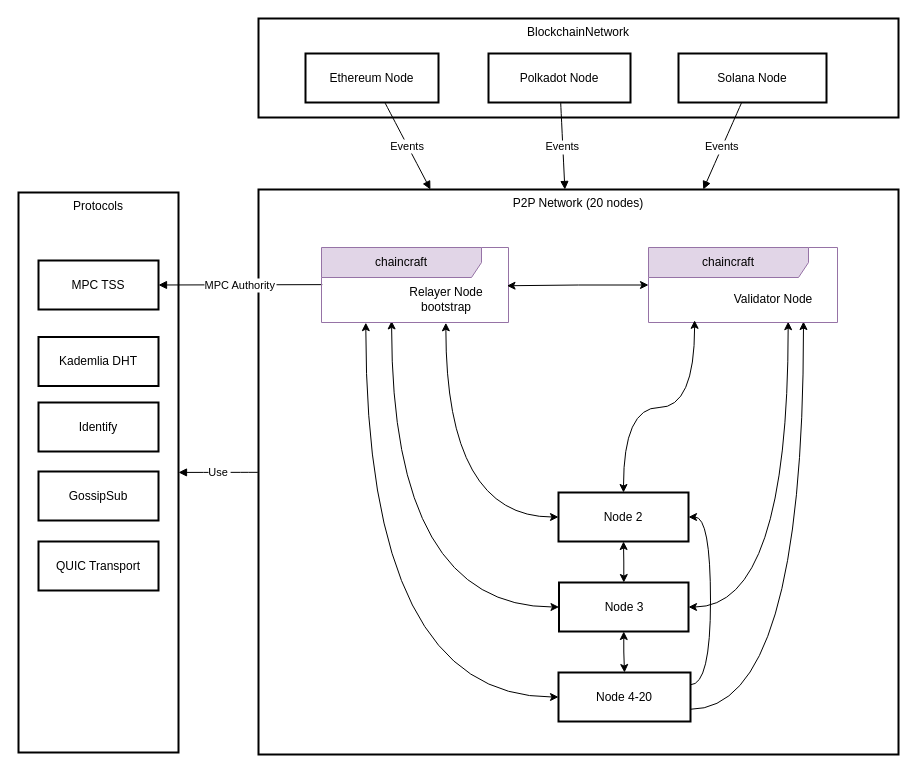
Above: page "archi" (1 of 5) of drawio/bridge_global_architecture.drawio in chaincraft-labs/bridge-doc (draw.io), before the change. Source tidied: cells renumbered, new cells numbered last; positions are measured from the earlier drawing's top-left corner, leaving out a move shared by most shapes. Both pictures are drawn from the tidied source at 100%, with x=0, y=0 at pixel (18, 18).
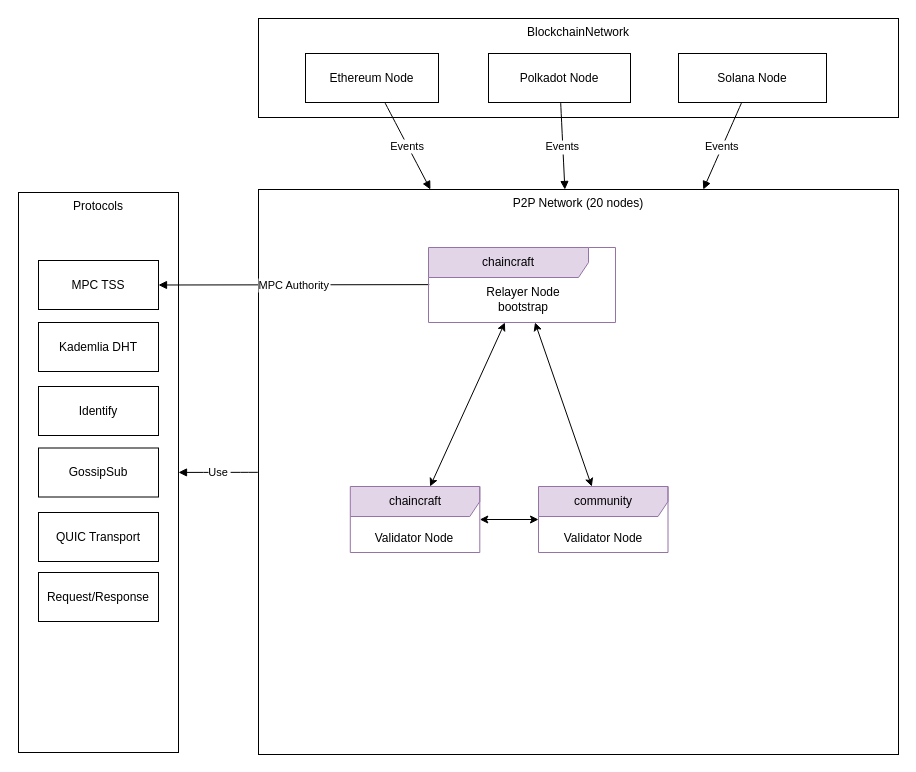
After the change.

Diff of the diagram source:
```diff
@@
-    <mxCell id="2" value="P2P Network (20 nodes)" style="whiteSpace=wrap;strokeWidth=2;verticalAlign=top;" parent="1" vertex="1">
+    <mxCell id="2" value="P2P Network (20 nodes)" style="whiteSpace=wrap;strokeWidth=1;verticalAlign=top;" parent="1" vertex="1">
       <mxGeometry x="240" y="171" width="640" height="565" as="geometry" />
     </mxCell>
-    <mxCell id="3" value="Protocols" style="whiteSpace=wrap;strokeWidth=2;verticalAlign=top;" parent="1" vertex="1">
+    <mxCell id="3" value="Protocols" style="whiteSpace=wrap;strokeWidth=1;verticalAlign=top;" parent="1" vertex="1">
       <mxGeometry y="174" width="160" height="560" as="geometry" />
     </mxCell>
-    <mxCell id="4" value="BlockchainNetwork" style="whiteSpace=wrap;strokeWidth=2;verticalAlign=top;" parent="1" vertex="1">
+    <mxCell id="4" value="BlockchainNetwork" style="whiteSpace=wrap;strokeWidth=1;verticalAlign=top;" parent="1" vertex="1">
       <mxGeometry x="240" width="640" height="99" as="geometry" />
     </mxCell>
-    <mxCell id="5" value="Ethereum Node" style="whiteSpace=wrap;strokeWidth=2;" parent="1" vertex="1">
+    <mxCell id="5" value="Ethereum Node" style="whiteSpace=wrap;strokeWidth=1;" parent="1" vertex="1">
       <mxGeometry x="287" y="35" width="133" height="49" as="geometry" />
     </mxCell>
-    <mxCell id="6" value="Polkadot Node" style="whiteSpace=wrap;strokeWidth=2;" parent="1" vertex="1">
+    <mxCell id="6" value="Polkadot Node" style="whiteSpace=wrap;strokeWidth=1;" parent="1" vertex="1">
       <mxGeometry x="470" y="35" width="142" height="49" as="geometry" />
     </mxCell>
-    <mxCell id="7" value="Solana Node" style="whiteSpace=wrap;strokeWidth=2;" parent="1" vertex="1">
+    <mxCell id="7" value="Solana Node" style="whiteSpace=wrap;strokeWidth=1;" parent="1" vertex="1">
       <mxGeometry x="660" y="35" width="148" height="49" as="geometry" />
     </mxCell>
-    <mxCell id="8" style="edgeStyle=orthogonalEdgeStyle;rounded=0;jettySize=auto;html=1;entryX=0.665;entryY=1.004;entryDx=0;entryDy=0;startArrow=classic;startFill=1;entryPerimeter=0;curved=1;" parent="1" edge="1" source="9" target="28">
-      <mxGeometry relative="1" as="geometry" />
-    </mxCell>
-    <mxCell id="9" value="Node 2" style="whiteSpace=wrap;strokeWidth=2;" parent="1" vertex="1">
-      <mxGeometry x="540" y="474" width="130" height="49" as="geometry" />
-    </mxCell>
-    <mxCell id="10" style="edgeStyle=orthogonalEdgeStyle;rounded=0;jettySize=auto;html=1;exitX=1;exitY=0.5;exitDx=0;exitDy=0;entryX=0.739;entryY=0.989;entryDx=0;entryDy=0;startArrow=classic;startFill=1;entryPerimeter=0;curved=1;" parent="1" edge="1" source="14" target="30">
-      <mxGeometry relative="1" as="geometry" />
-    </mxCell>
-    <mxCell id="11" style="edgeStyle=orthogonalEdgeStyle;rounded=0;jettySize=auto;html=1;entryX=0.375;entryY=0.979;entryDx=0;entryDy=0;startArrow=classic;startFill=1;entryPerimeter=0;curved=1;" parent="1" edge="1" source="14" target="28">
-      <mxGeometry relative="1" as="geometry" />
-    </mxCell>
-    <mxCell id="12" style="edgeStyle=orthogonalEdgeStyle;rounded=0;jettySize=auto;html=1;entryX=0.5;entryY=0;entryDx=0;entryDy=0;exitX=0.5;exitY=1;exitDx=0;exitDy=0;startArrow=classic;startFill=1;" parent="1" edge="1" source="14" target="16">
-      <mxGeometry relative="1" as="geometry" />
-    </mxCell>
-    <mxCell id="13" style="edgeStyle=orthogonalEdgeStyle;rounded=0;jettySize=auto;html=1;entryX=0.5;entryY=1;entryDx=0;entryDy=0;startArrow=classic;startFill=1;" parent="1" edge="1" source="14" target="9">
-      <mxGeometry relative="1" as="geometry" />
-    </mxCell>
-    <mxCell id="14" value="Node 3" style="whiteSpace=wrap;strokeWidth=2;" parent="1" vertex="1">
-      <mxGeometry x="540.5" y="564" width="129.5" height="49" as="geometry" />
-    </mxCell>
-    <mxCell id="15" style="edgeStyle=orthogonalEdgeStyle;rounded=0;jettySize=auto;html=1;entryX=1;entryY=0.5;entryDx=0;entryDy=0;exitX=1;exitY=0.25;exitDx=0;exitDy=0;curved=1;" parent="1" edge="1" source="16" target="9">
-      <mxGeometry relative="1" as="geometry" />
-    </mxCell>
-    <mxCell id="16" value="Node 4-20" style="whiteSpace=wrap;strokeWidth=2;" parent="1" vertex="1">
-      <mxGeometry x="540" y="654" width="132" height="49" as="geometry" />
-    </mxCell>
-    <mxCell id="17" value="Kademlia DHT" style="whiteSpace=wrap;strokeWidth=2;" parent="1" vertex="1">
-      <mxGeometry x="20" y="318.5" width="120" height="49" as="geometry" />
+    <mxCell id="17" value="Kademlia DHT" style="whiteSpace=wrap;strokeWidth=1;" parent="1" vertex="1">
+      <mxGeometry x="20" y="304" width="120" height="49" as="geometry" />
     </mxCell>
-    <mxCell id="18" value="QUIC Transport" style="whiteSpace=wrap;strokeWidth=2;" parent="1" vertex="1">
-      <mxGeometry x="20" y="523" width="120" height="49" as="geometry" />
+    <mxCell id="18" value="QUIC Transport" style="whiteSpace=wrap;strokeWidth=1;" parent="1" vertex="1">
+      <mxGeometry x="20" y="494" width="120" height="49" as="geometry" />
     </mxCell>
-    <mxCell id="19" value="GossipSub" style="whiteSpace=wrap;strokeWidth=2;" parent="1" vertex="1">
-      <mxGeometry x="20" y="453" width="120" height="49" as="geometry" />
+    <mxCell id="19" value="GossipSub" style="whiteSpace=wrap;strokeWidth=1;" parent="1" vertex="1">
+      <mxGeometry x="20" y="429.5" width="120" height="49" as="geometry" />
     </mxCell>
-    <mxCell id="20" value="Identify" style="whiteSpace=wrap;strokeWidth=2;" parent="1" vertex="1">
-      <mxGeometry x="20" y="384" width="120" height="49" as="geometry" />
+    <mxCell id="20" value="Identify" style="whiteSpace=wrap;strokeWidth=1;" parent="1" vertex="1">
+      <mxGeometry x="20" y="368" width="120" height="49" as="geometry" />
     </mxCell>
-    <mxCell id="21" value="MPC TSS" style="whiteSpace=wrap;strokeWidth=2;" parent="1" vertex="1">
+    <mxCell id="21" value="MPC TSS" style="whiteSpace=wrap;strokeWidth=1;" parent="1" vertex="1">
       <mxGeometry x="20" y="242" width="120" height="49" as="geometry" />
     </mxCell>
-    <mxCell id="22" value="MPC Authority" style="startArrow=none;endArrow=block;entryX=1;entryY=0.5;rounded=0;exitX=0.004;exitY=0.495;exitDx=0;exitDy=0;exitPerimeter=0;entryDx=0;entryDy=0;" parent="1" edge="1" source="28" target="21">
+    <mxCell id="22" value="MPC Authority" style="startArrow=none;endArrow=block;entryX=1;entryY=0.5;rounded=0;exitX=0.004;exitY=0.495;exitDx=0;exitDy=0;exitPerimeter=0;entryDx=0;entryDy=0;strokeWidth=1;" parent="1" edge="1" source="28" target="21">
       <mxGeometry relative="1" as="geometry" />
     </mxCell>
-    <mxCell id="23" value="Events" style="curved=1;startArrow=none;endArrow=block;rounded=0;" parent="1" edge="1" source="5" target="2">
+    <mxCell id="23" value="Events" style="curved=1;startArrow=none;endArrow=block;rounded=0;strokeWidth=1;" parent="1" edge="1" source="5" target="2">
       <mxGeometry relative="1" as="geometry" />
     </mxCell>
-    <mxCell id="24" value="Events" style="curved=1;startArrow=none;endArrow=block;rounded=0;" parent="1" edge="1" source="6" target="2">
+    <mxCell id="24" value="Events" style="curved=1;startArrow=none;endArrow=block;rounded=0;strokeWidth=1;" parent="1" edge="1" source="6" target="2">
       <mxGeometry relative="1" as="geometry" />
     </mxCell>
-    <mxCell id="25" value="Events" style="curved=1;startArrow=none;endArrow=block;rounded=0;" parent="1" edge="1" source="7" target="2">
+    <mxCell id="25" value="Events" style="curved=1;startArrow=none;endArrow=block;rounded=0;strokeWidth=1;" parent="1" edge="1" source="7" target="2">
       <mxGeometry relative="1" as="geometry" />
     </mxCell>
-    <mxCell id="26" value="Use" style="curved=1;startArrow=none;endArrow=block;rounded=0;" parent="1" edge="1" source="2" target="3">
+    <mxCell id="26" value="Use" style="curved=1;startArrow=none;endArrow=block;rounded=0;strokeWidth=1;" parent="1" edge="1" source="2" target="3">
       <mxGeometry relative="1" as="geometry" />
     </mxCell>
-    <mxCell id="27" style="edgeStyle=orthogonalEdgeStyle;rounded=0;jettySize=auto;html=1;entryX=0.82;entryY=0.987;entryDx=0;entryDy=0;exitX=1;exitY=0.75;exitDx=0;exitDy=0;entryPerimeter=0;curved=1;" parent="1" edge="1" source="16" target="30">
-      <mxGeometry relative="1" as="geometry" />
-    </mxCell>
-    <mxCell id="28" value="chaincraft" style="shape=umlFrame;whiteSpace=wrap;html=1;width=160;fillColor=#e1d5e7;strokeColor=#9673a6;" parent="1" vertex="1">
-      <mxGeometry x="303" y="229" width="187" height="75" as="geometry" />
+    <mxCell id="28" value="chaincraft" style="shape=umlFrame;whiteSpace=wrap;html=1;width=160;fillColor=#e1d5e7;strokeColor=#9673a6;strokeWidth=1;" parent="1" vertex="1">
+      <mxGeometry x="410" y="229" width="187" height="75" as="geometry" />
     </mxCell>
-    <mxCell id="29" value="Relayer Node&lt;br style=&quot;padding: 0px; margin: 0px;&quot;&gt;bootstrap" style="text;html=1;align=center;verticalAlign=middle;whiteSpace=wrap;rounded=0;" parent="28" vertex="1">
-      <mxGeometry x="70" y="37" width="110" height="30" as="geometry" />
+    <mxCell id="29" value="Relayer Node&lt;br style=&quot;padding: 0px; margin: 0px;&quot;&gt;bootstrap" style="text;html=1;align=center;verticalAlign=middle;whiteSpace=wrap;rounded=0;strokeWidth=1;" parent="28" vertex="1">
+      <mxGeometry x="10" y="37" width="170" height="30" as="geometry" />
     </mxCell>
-    <mxCell id="30" value="chaincraft" style="shape=umlFrame;whiteSpace=wrap;html=1;width=160;fillColor=#e1d5e7;strokeColor=#9673a6;" parent="1" vertex="1">
-      <mxGeometry x="630" y="229" width="189" height="75" as="geometry" />
+    <mxCell id="30" value="chaincraft" style="shape=umlFrame;whiteSpace=wrap;html=1;width=160;fillColor=#e1d5e7;strokeColor=#9673a6;strokeWidth=1;" parent="1" vertex="1">
+      <mxGeometry x="331.8" y="468" width="129.5" height="66" as="geometry" />
     </mxCell>
-    <mxCell id="31" value="Validator Node" style="text;html=1;align=center;verticalAlign=middle;whiteSpace=wrap;rounded=0;" parent="30" vertex="1">
-      <mxGeometry x="70" y="37" width="110" height="30" as="geometry" />
+    <mxCell id="31" value="Validator Node" style="text;html=1;align=center;verticalAlign=middle;whiteSpace=wrap;rounded=0;strokeWidth=1;" parent="30" vertex="1">
+      <mxGeometry x="9.5" y="37" width="110" height="30" as="geometry" />
     </mxCell>
-    <mxCell id="32" style="edgeStyle=orthogonalEdgeStyle;rounded=0;jettySize=auto;html=1;entryX=0.237;entryY=1.002;entryDx=0;entryDy=0;entryPerimeter=0;exitX=0;exitY=0.5;exitDx=0;exitDy=0;startArrow=classic;startFill=1;curved=1;" parent="1" edge="1" source="16" target="28">
-      <mxGeometry relative="1" as="geometry" />
-    </mxCell>
-    <mxCell id="33" style="edgeStyle=orthogonalEdgeStyle;rounded=0;jettySize=auto;html=1;entryX=0.992;entryY=0.51;entryDx=0;entryDy=0;entryPerimeter=0;startArrow=classic;startFill=1;" parent="1" edge="1" source="30" target="28">
+    <mxCell id="33" style="rounded=0;jettySize=auto;html=1;startArrow=classic;startFill=1;strokeWidth=1;" parent="1" edge="1" source="30" target="28">
       <mxGeometry relative="1" as="geometry" />
     </mxCell>
-    <mxCell id="34" style="edgeStyle=orthogonalEdgeStyle;rounded=0;jettySize=auto;html=1;entryX=0.244;entryY=0.971;entryDx=0;entryDy=0;entryPerimeter=0;startArrow=classic;startFill=1;curved=1;" parent="1" edge="1" source="9" target="30">
-      <mxGeometry relative="1" as="geometry" />
-    </mxCell>
+    <mxCell id="35" value="Request/Response" style="whiteSpace=wrap;strokeWidth=1;" parent="1" vertex="1">
+      <mxGeometry x="20" y="554" width="120" height="49" as="geometry" />
+    </mxCell>
+    <mxCell id="36" style="edgeStyle=orthogonalEdgeStyle;rounded=0;jettySize=auto;html=1;startArrow=classic;startFill=1;" parent="1" edge="1" source="38" target="30">
+      <mxGeometry relative="1" as="geometry" />
+    </mxCell>
+    <mxCell id="37" style="edgeStyle=none;rounded=0;jettySize=auto;html=1;startArrow=classic;startFill=1;" parent="1" edge="1" source="38" target="28">
+      <mxGeometry relative="1" as="geometry" />
+    </mxCell>
+    <mxCell id="38" value="community" style="shape=umlFrame;whiteSpace=wrap;html=1;width=160;fillColor=#e1d5e7;strokeColor=#9673a6;strokeWidth=1;" parent="1" vertex="1">
+      <mxGeometry x="520" y="468" width="129.5" height="66" as="geometry" />
+    </mxCell>
+    <mxCell id="39" value="Validator Node" style="text;html=1;align=center;verticalAlign=middle;whiteSpace=wrap;rounded=0;strokeWidth=1;" parent="38" vertex="1">
+      <mxGeometry x="9.5" y="37" width="110" height="30" as="geometry" />
+    </mxCell>
```
